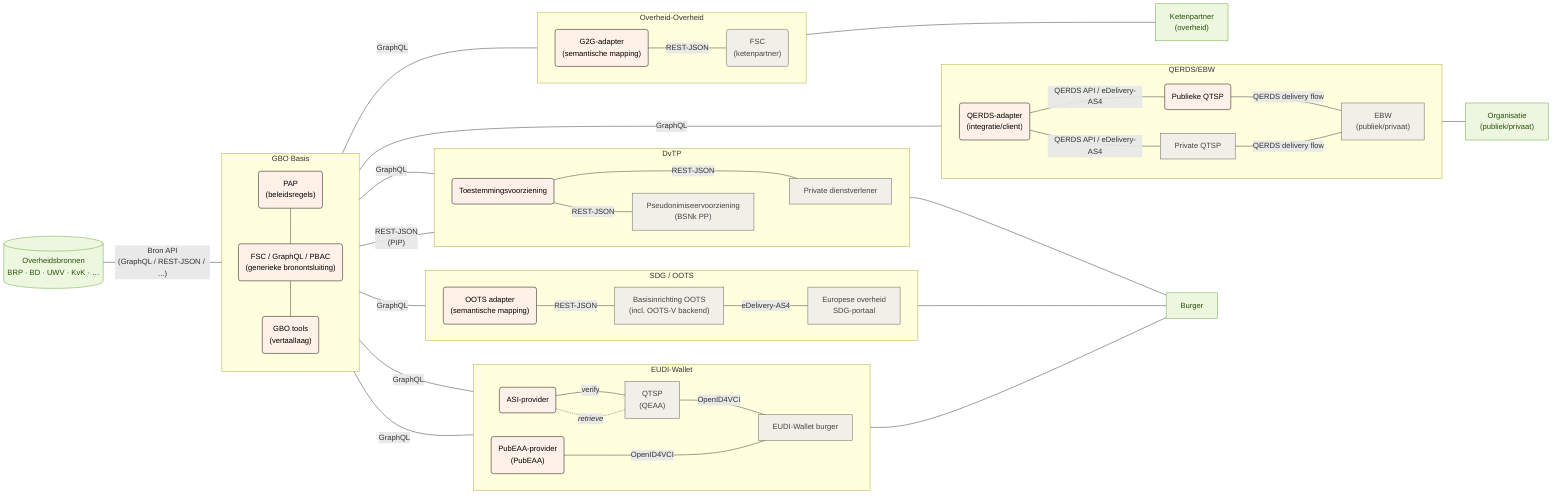
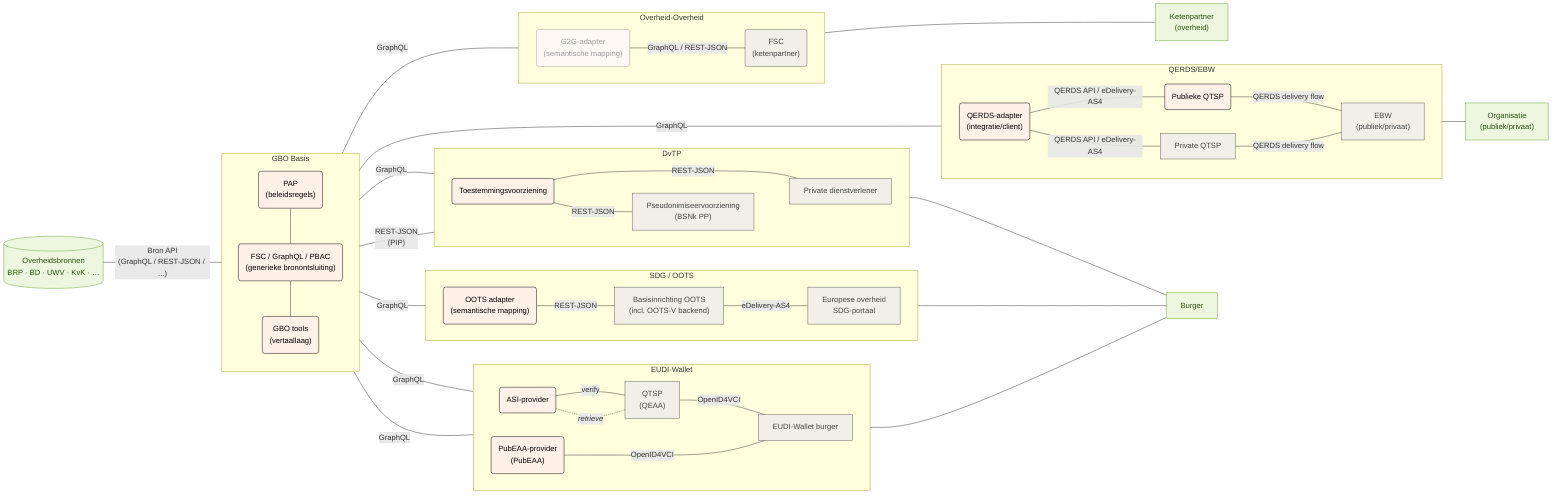
flowchart LR
  subgraph gbo["GBO Basis"]
    direction TB
        fsc_pap("PAP<br/>(beleidsregels)")
        fsc("FSC / GraphQL / PBAC<br/>(generieke bronontsluiting)")
        fsc_tools("GBO tools<br/>(vertaallaag)")
  end
  subgraph eudi["EUDI-Wallet"]
    direction LR
        eudi_asi("ASI-provider")
        eudi_pubeaa("PubEAA-provider<br/>(PubEAA)")
        eudi_qeaa["QTSP<br/>(QEAA)"]
        eudi_wallet["EUDI-Wallet burger"]
  end
  subgraph oots["SDG / OOTS"]
    direction LR
        oots_adapter("OOTS adapter<br/>(semantische mapping)")
        oots_basis["Basisinrichting OOTS<br/>(incl. OOTS-V backend)"]
        oots_afnemer["Europese overheid<br/>SDG-portaal"]
  end
  subgraph dvtp["DvTP"]
    direction LR
        dvtp_toestemming("Toestemmingsvoorziening")
        dvtp_pseudoniem["Pseudonimiseervoorziening<br/>(BSNk PP)"]
        dvtp_afnemer["Private dienstverlener"]
  end
  subgraph ebw["QERDS/EBW"]
     direction LR
        ebw_qerds_adapter("QERDS-adapter<br/>(integratie/client)")
        ebw_pub_qtsp("Publieke QTSP")
        ebw_qtsp["Private QTSP"]
        ebw_wallet["EBW<br/>(publiek/privaat)"]
  end
  subgraph g2g["Overheid-Overheid"]
     direction LR
        g2g_adapter("G2G-adapter<br/>(semantische mapping)")
        g2g_fsc("FSC<br/>(ketenpartner)")
  end

  fsc_pap --- fsc
  fsc --- fsc_tools
  bron[("Overheidsbronnen<br/>BRP · BD · UWV · KvK · …")] -- Bron API<br/>(GraphQL / REST-JSON / ...) --- gbo
  eudi_asi -- verify --- eudi_qeaa
  eudi_asi -. "`*retrieve*`" .- eudi_qeaa
  eudi_qeaa -- OpenID4VCI --- eudi_wallet
  gbo -- GraphQL --- eudi_asi & eudi_pubeaa & oots_adapter & dvtp_afnemer & ebw_qerds_adapter & g2g_adapter
  eudi_pubeaa -- OpenID4VCI ---- eudi_wallet
  oots_adapter -- REST-JSON --- oots_basis
  oots_basis -- eDelivery-AS4 --- oots_afnemer
  gbo -- REST-JSON<br/>(PIP) --- dvtp_toestemming
  dvtp_toestemming -- REST-JSON --- dvtp_afnemer
  dvtp_toestemming -- REST-JSON --- dvtp_pseudoniem
  dvtp_pseudoniem ~~~ dvtp_afnemer
  ebw_qerds_adapter -- QERDS API / eDelivery-AS4 --- ebw_pub_qtsp -- QERDS delivery flow --- ebw_wallet
  ebw_qerds_adapter -- QERDS API / eDelivery-AS4 --- ebw_qtsp -- QERDS delivery flow --- ebw_wallet
  eudi_wallet --- burger["Burger"]
  oots_afnemer --- burger
  dvtp_afnemer --- burger
  ebw_wallet --- organisatie["Organisatie<br/>(publiek/privaat)"]
-   g2g_adapter -- REST-JSON --- g2g_fsc
+   g2g_adapter -- GraphQL / REST-JSON --- g2g_fsc
  g2g_adapter ~~~ ebw_qtsp
  ebw_qtsp ~~~ g2g_fsc
  g2g_fsc --- overheid["Ketenpartner<br/>(overheid)"]

  fsc_pap:::gbo
  fsc:::gbo
  fsc_tools:::gbo
-   g2g_adapter:::gbo
+   g2g_adapter:::gbo_opt
  g2g_fsc:::overheid
  ebw_qerds_adapter:::gbo
  ebw_pub_qtsp:::gbo
  ebw_qtsp:::eudi
  ebw_wallet:::eudi
  eudi_asi:::gbo
  eudi_pubeaa:::gbo
  eudi_qeaa:::eudi
  eudi_wallet:::eudi
  oots_adapter:::gbo
  oots_basis:::oots
  oots_afnemer:::oots
  dvtp_toestemming:::gbo
  dvtp_pseudoniem:::dvtp
  dvtp_afnemer:::dvtp
  bron:::bron
  burger:::afnemer
  organisatie:::afnemer
  overheid:::afnemer

  classDef bron fill:#edf7df,stroke:#6aa13a,color:#27500a
  classDef generiek fill:#f1efe8,stroke:#5f5e5a,color:#444441
  classDef eudi fill:#f1efe8,stroke:#5f5e5a,color:#444441
  classDef oots fill:#f1efe8,stroke:#5f5e5a,color:#444441
  classDef dvtp fill:#f1efe8,stroke:#5f5e5a,color:#444441
  classDef overheid fill:#f1efe8,stroke:#5f5e5a,color:#444441
  classDef gbo fill:#fff0e8,stroke:#000000,color:#000000
+   classDef gbo_opt fill:#FFF9F5,stroke:#9C9C9C,color:#9C9C9C
  classDef afnemer fill:#edf7df,stroke:#6aa13a,color:#27500a
